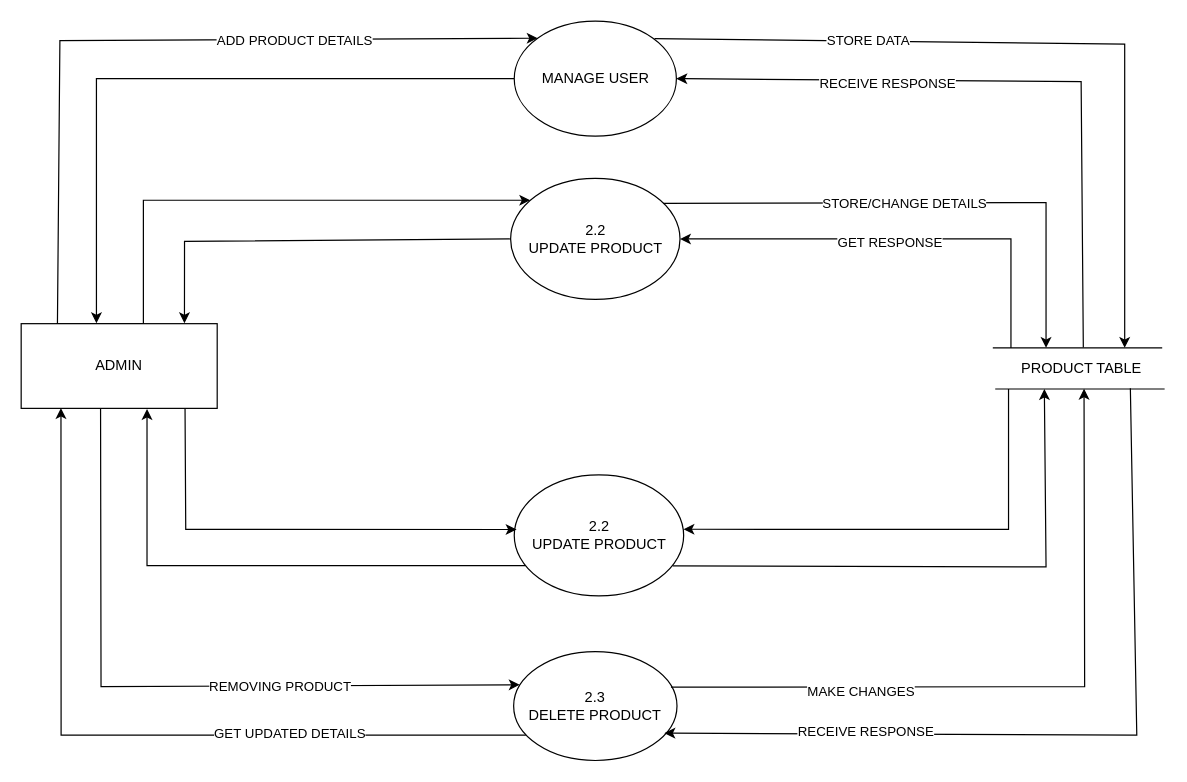
The draw.io diagram page "DFD-2(ADMIN USER)" (10 of 14) of Usecase userside.drawio in panchalbhavya2210/gift_documentation, before the edit. Source tidied: cells renumbered, new cells numbered last; positions are measured from the earlier drawing's top-left corner, leaving out a move shared by most shapes. Both pictures are drawn from the tidied source at 121%, with x=0, y=0 at pixel (21, 21).
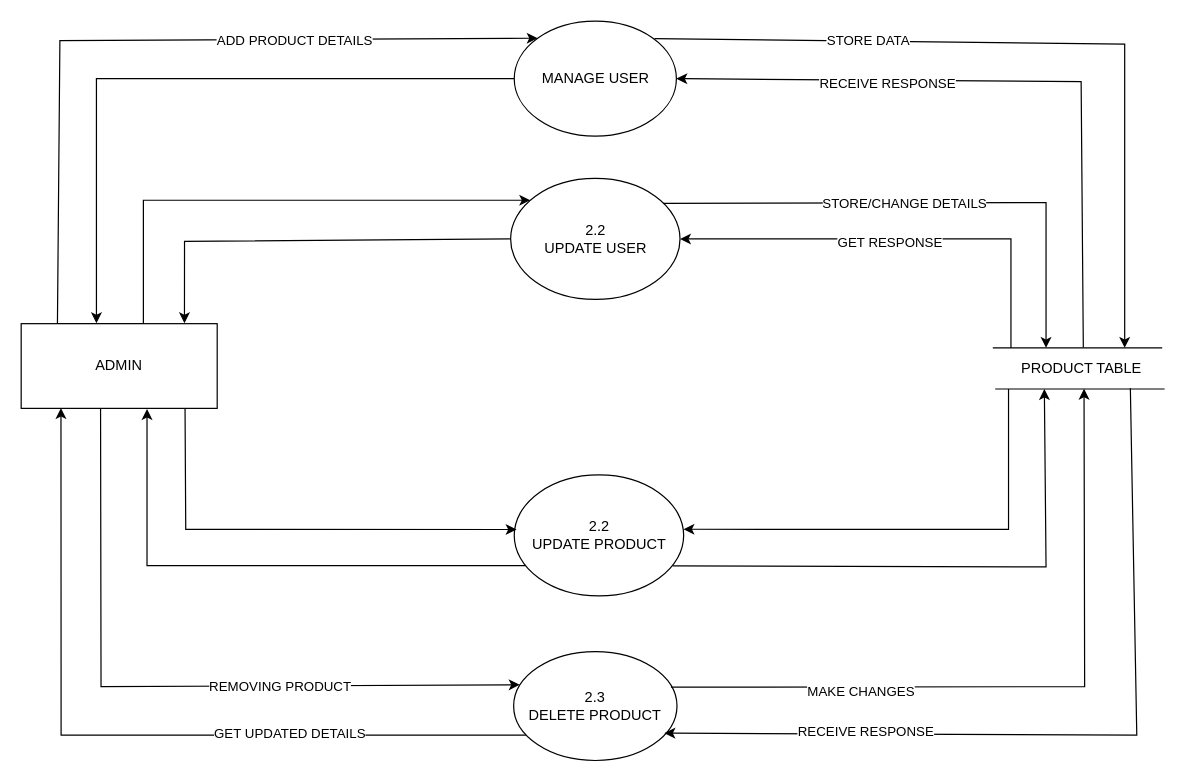
The same diagram, later.

What changed in the source:
```diff
@@
-    <mxCell id="6" value="2.2&lt;br&gt;UPDATE PRODUCT" style="ellipse;whiteSpace=wrap;html=1;" parent="1" vertex="1">
+    <mxCell id="6" value="2.2&lt;br&gt;UPDATE USER" style="ellipse;whiteSpace=wrap;html=1;" parent="1" vertex="1">
       <mxGeometry x="404.5" y="130" width="140" height="100" as="geometry" />
     </mxCell>
```
